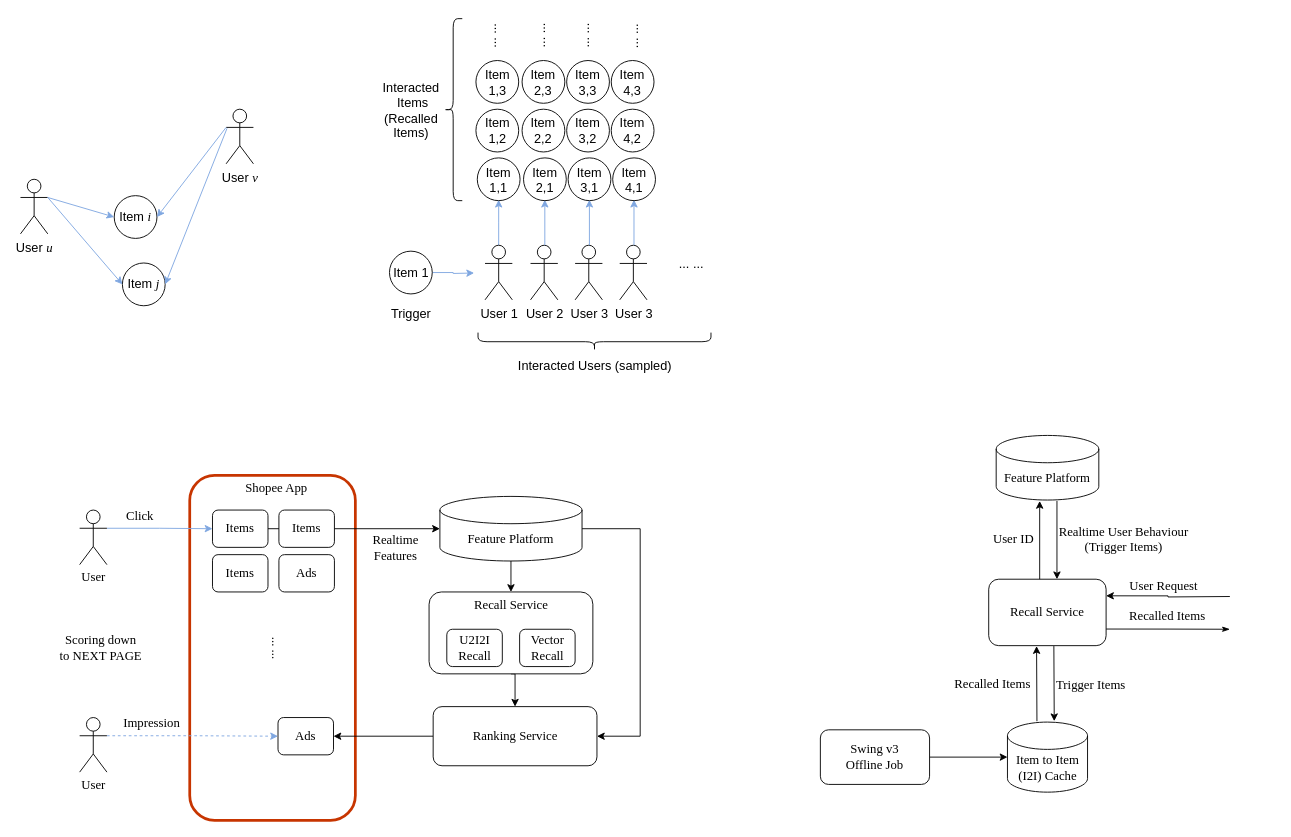
This is page "swing" (2 of 4) of promotion2022.drawio from plus2047/draw.io, a draw.io file, before an edit. Source tidied: cells renumbered, new cells numbered last; positions are measured from the earlier drawing's top-left corner, leaving out a move shared by most shapes. Both pictures are drawn from the tidied source at 91%, with x=0, y=0 at pixel (20, 18).
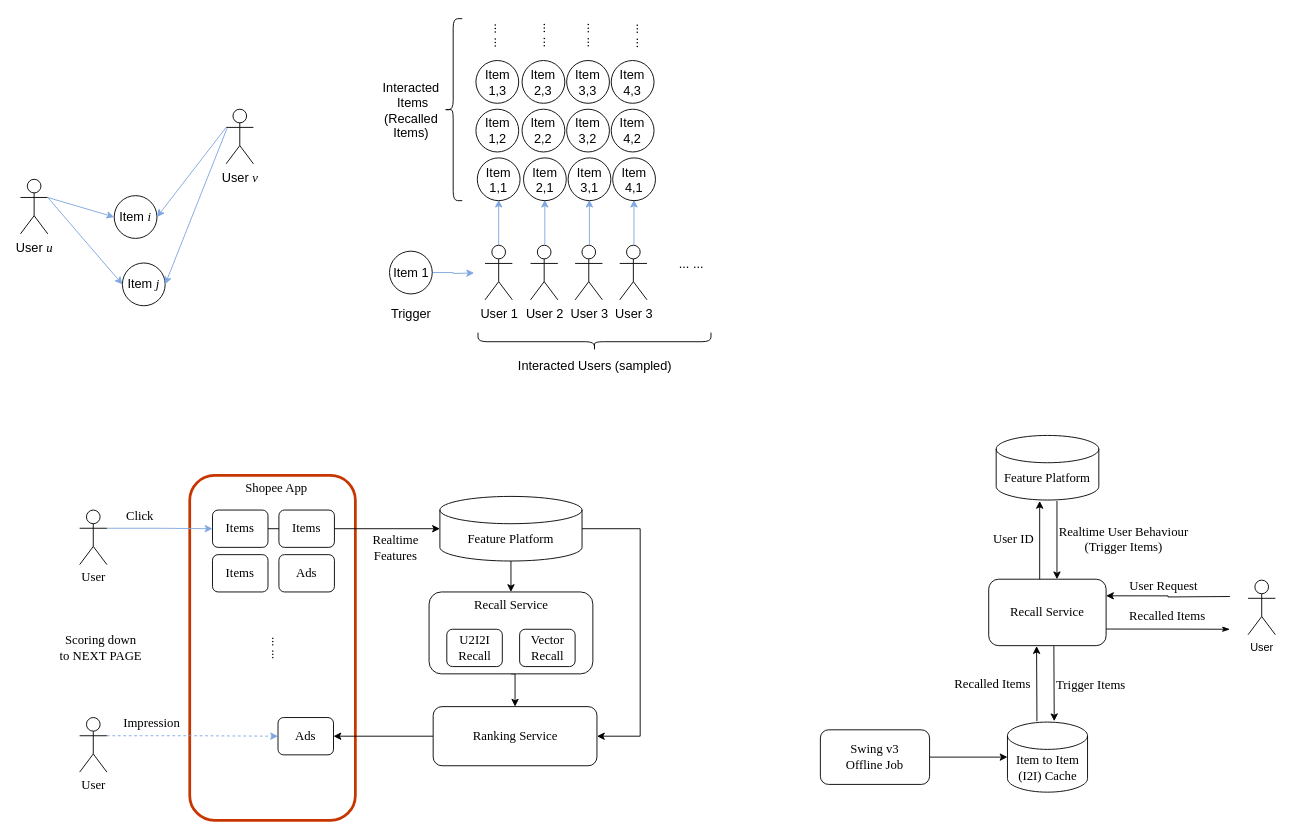
The same diagram, later.

Change to the diagram source:
```diff
@@
+    <mxCell id="86" value="User" style="shape=umlActor;verticalLabelPosition=bottom;verticalAlign=top;html=1;" parent="1" vertex="1">
+      <mxGeometry x="1349" y="617" width="30" height="60" as="geometry" />
+    </mxCell>
```
